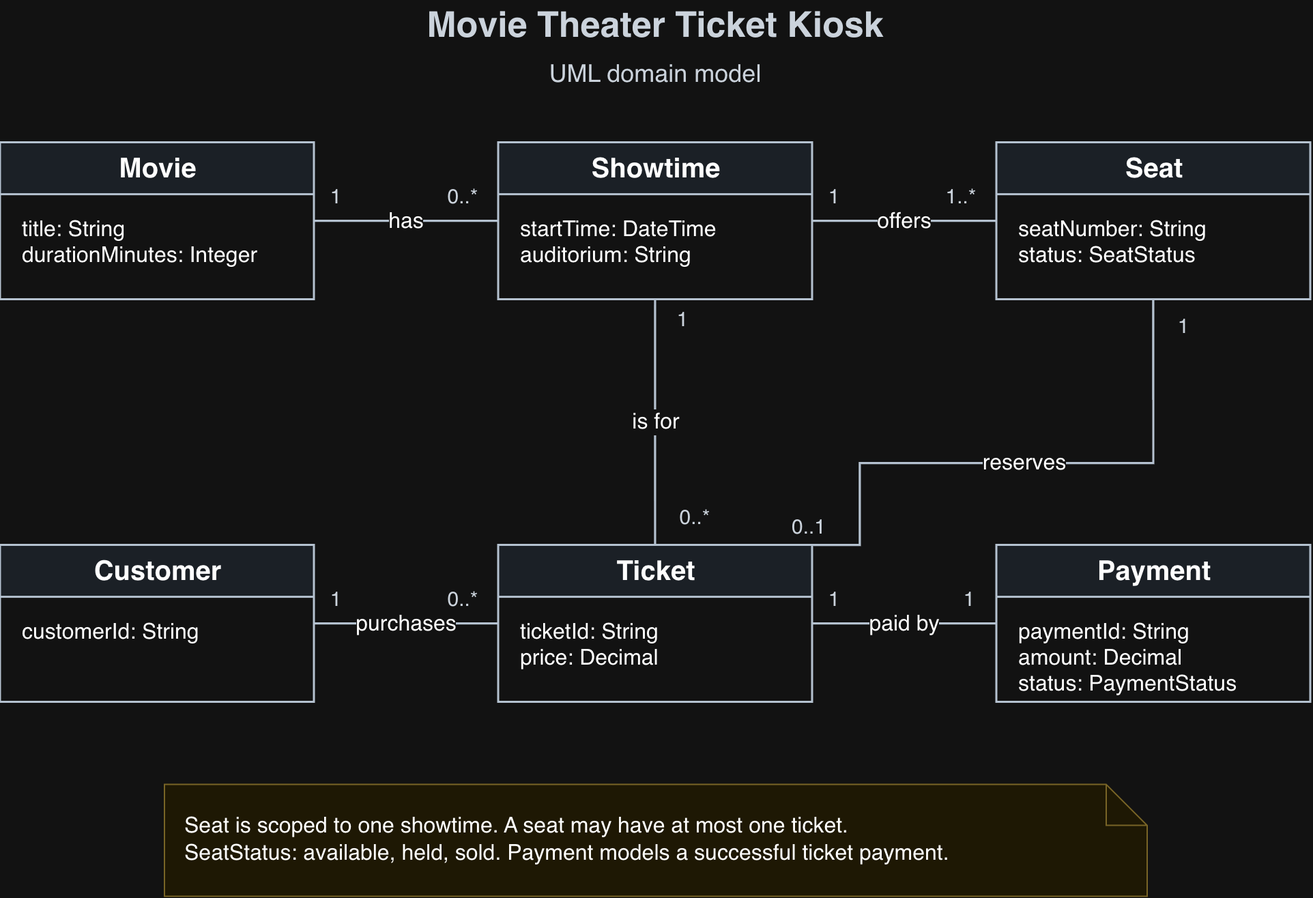
CaptainJS88/HW1-Movie-Kiosk keeps this draw.io diagram as diagrams/Movie-Kiosk-Domain-Model.png. Above is the earlier version. Source tidied: cells renumbered, new cells last; positions are measured from the earlier drawing's top-left corner, leaving out a move shared by most shapes. Its diagram source:
```xml
<mxGraphModel>
  <root>
    <mxCell id="0" />
    <mxCell id="1" parent="0" />
    <mxCell id="2" value="Movie Theater Ticket Kiosk" style="text;html=1;align=center;verticalAlign=middle;whiteSpace=wrap;rounded=0;strokeColor=none;fillColor=none;fontFamily=Helvetica;fontSize=26;fontColor=#17212B;fontStyle=1;" parent="1" vertex="1">
      <mxGeometry x="30" width="900" height="38" as="geometry" />
    </mxCell>
    <mxCell id="3" value="UML domain model" style="text;html=1;align=center;verticalAlign=middle;whiteSpace=wrap;rounded=0;strokeColor=none;fillColor=none;fontFamily=Helvetica;fontSize=18;fontColor=#17212B;fontStyle=0;" parent="1" vertex="1">
      <mxGeometry x="30" y="40" width="900" height="28" as="geometry" />
    </mxCell>
    <mxCell id="4" value="Movie" style="swimlane;html=1;startSize=38;horizontal=1;rounded=0;fontFamily=Helvetica;fontSize=20;fontStyle=1;align=center;fillColor=#EAF0F7;swimlaneFillColor=#FFFFFF;strokeColor=#283747;strokeWidth=1.5;" parent="1" vertex="1">
      <mxGeometry y="105" width="230" height="115" as="geometry" />
    </mxCell>
    <mxCell id="5" value="title: String&lt;br&gt;durationMinutes: Integer" style="text;html=1;align=left;verticalAlign=top;spacingLeft=14;spacingTop=10;fontFamily=Helvetica;fontSize=16;whiteSpace=wrap;strokeColor=none;fillColor=none;" parent="4" vertex="1">
      <mxGeometry y="38" width="230" height="77" as="geometry" />
    </mxCell>
    <mxCell id="6" value="Showtime" style="swimlane;html=1;startSize=38;horizontal=1;rounded=0;fontFamily=Helvetica;fontSize=20;fontStyle=1;align=center;fillColor=#EAF0F7;swimlaneFillColor=#FFFFFF;strokeColor=#283747;strokeWidth=1.5;" parent="1" vertex="1">
      <mxGeometry x="365" y="105" width="230" height="115" as="geometry" />
    </mxCell>
    <mxCell id="7" value="startTime: DateTime&lt;br&gt;auditorium: String" style="text;html=1;align=left;verticalAlign=top;spacingLeft=14;spacingTop=10;fontFamily=Helvetica;fontSize=16;whiteSpace=wrap;strokeColor=none;fillColor=none;" parent="6" vertex="1">
      <mxGeometry y="38" width="230" height="77" as="geometry" />
    </mxCell>
    <mxCell id="8" value="Seat" style="swimlane;html=1;startSize=38;horizontal=1;rounded=0;fontFamily=Helvetica;fontSize=20;fontStyle=1;align=center;fillColor=#EAF0F7;swimlaneFillColor=#FFFFFF;strokeColor=#283747;strokeWidth=1.5;" parent="1" vertex="1">
      <mxGeometry x="730" y="105" width="230" height="115" as="geometry" />
    </mxCell>
    <mxCell id="9" value="seatNumber: String&lt;br&gt;status: SeatStatus" style="text;html=1;align=left;verticalAlign=top;spacingLeft=14;spacingTop=10;fontFamily=Helvetica;fontSize=16;whiteSpace=wrap;strokeColor=none;fillColor=none;" parent="8" vertex="1">
      <mxGeometry y="38" width="230" height="77" as="geometry" />
    </mxCell>
    <mxCell id="10" value="Customer" style="swimlane;html=1;startSize=38;horizontal=1;rounded=0;fontFamily=Helvetica;fontSize=20;fontStyle=1;align=center;fillColor=#EAF0F7;swimlaneFillColor=#FFFFFF;strokeColor=#283747;strokeWidth=1.5;" parent="1" vertex="1">
      <mxGeometry y="400" width="230" height="115" as="geometry" />
    </mxCell>
    <mxCell id="11" value="customerId: String" style="text;html=1;align=left;verticalAlign=top;spacingLeft=14;spacingTop=10;fontFamily=Helvetica;fontSize=16;whiteSpace=wrap;strokeColor=none;fillColor=none;" parent="10" vertex="1">
      <mxGeometry y="38" width="230" height="77" as="geometry" />
    </mxCell>
    <mxCell id="12" value="Ticket" style="swimlane;html=1;startSize=38;horizontal=1;rounded=0;fontFamily=Helvetica;fontSize=20;fontStyle=1;align=center;fillColor=#EAF0F7;swimlaneFillColor=#FFFFFF;strokeColor=#283747;strokeWidth=1.5;" parent="1" vertex="1">
      <mxGeometry x="365" y="400" width="230" height="115" as="geometry" />
    </mxCell>
    <mxCell id="13" value="ticketId: String&lt;br&gt;price: Decimal" style="text;html=1;align=left;verticalAlign=top;spacingLeft=14;spacingTop=10;fontFamily=Helvetica;fontSize=16;whiteSpace=wrap;strokeColor=none;fillColor=none;" parent="12" vertex="1">
      <mxGeometry y="38" width="230" height="77" as="geometry" />
    </mxCell>
    <mxCell id="14" value="Payment" style="swimlane;html=1;startSize=38;horizontal=1;rounded=0;fontFamily=Helvetica;fontSize=20;fontStyle=1;align=center;fillColor=#EAF0F7;swimlaneFillColor=#FFFFFF;strokeColor=#283747;strokeWidth=1.5;" parent="1" vertex="1">
      <mxGeometry x="730" y="400" width="230" height="115" as="geometry" />
    </mxCell>
    <mxCell id="15" value="paymentId: String&lt;br&gt;amount: Decimal&lt;br&gt;status: PaymentStatus" style="text;html=1;align=left;verticalAlign=top;spacingLeft=14;spacingTop=10;fontFamily=Helvetica;fontSize=16;whiteSpace=wrap;strokeColor=none;fillColor=none;" parent="14" vertex="1">
      <mxGeometry y="38" width="230" height="77" as="geometry" />
    </mxCell>
    <mxCell id="16" value="has" style="edgeStyle=orthogonalEdgeStyle;rounded=0;html=1;endArrow=none;fontSize=16;fontFamily=Helvetica;strokeWidth=1.6;strokeColor=#283747;labelBackgroundColor=#FFFFFF;exitX=1;exitY=0.5;entryX=0;entryY=0.5;" parent="1" edge="1" source="4" target="6">
      <mxGeometry relative="1" as="geometry" />
    </mxCell>
    <mxCell id="17" value="1" style="text;html=1;align=center;verticalAlign=middle;whiteSpace=wrap;rounded=0;strokeColor=none;fillColor=none;fontFamily=Helvetica;fontSize=15;fontColor=#17212B;fontStyle=0;" parent="1" vertex="1">
      <mxGeometry x="231" y="131" width="30" height="25" as="geometry" />
    </mxCell>
    <mxCell id="18" value="0..*" style="text;html=1;align=center;verticalAlign=middle;whiteSpace=wrap;rounded=0;strokeColor=none;fillColor=none;fontFamily=Helvetica;fontSize=15;fontColor=#17212B;fontStyle=0;" parent="1" vertex="1">
      <mxGeometry x="314" y="131" width="50" height="25" as="geometry" />
    </mxCell>
    <mxCell id="19" value="offers" style="edgeStyle=orthogonalEdgeStyle;rounded=0;html=1;endArrow=none;fontSize=16;fontFamily=Helvetica;strokeWidth=1.6;strokeColor=#283747;labelBackgroundColor=#FFFFFF;exitX=1;exitY=0.5;entryX=0;entryY=0.5;" parent="1" edge="1" source="6" target="8">
      <mxGeometry relative="1" as="geometry" />
    </mxCell>
    <mxCell id="20" value="1" style="text;html=1;align=center;verticalAlign=middle;whiteSpace=wrap;rounded=0;strokeColor=none;fillColor=none;fontFamily=Helvetica;fontSize=15;fontColor=#17212B;fontStyle=0;" parent="1" vertex="1">
      <mxGeometry x="596" y="131" width="30" height="25" as="geometry" />
    </mxCell>
    <mxCell id="21" value="1..*" style="text;html=1;align=center;verticalAlign=middle;whiteSpace=wrap;rounded=0;strokeColor=none;fillColor=none;fontFamily=Helvetica;fontSize=15;fontColor=#17212B;fontStyle=0;" parent="1" vertex="1">
      <mxGeometry x="679" y="131" width="50" height="25" as="geometry" />
    </mxCell>
    <mxCell id="22" value="purchases" style="edgeStyle=orthogonalEdgeStyle;rounded=0;html=1;endArrow=none;fontSize=16;fontFamily=Helvetica;strokeWidth=1.6;strokeColor=#283747;labelBackgroundColor=#FFFFFF;exitX=1;exitY=0.5;entryX=0;entryY=0.5;" parent="1" edge="1" source="10" target="12">
      <mxGeometry relative="1" as="geometry" />
    </mxCell>
    <mxCell id="23" value="1" style="text;html=1;align=center;verticalAlign=middle;whiteSpace=wrap;rounded=0;strokeColor=none;fillColor=none;fontFamily=Helvetica;fontSize=15;fontColor=#17212B;fontStyle=0;" parent="1" vertex="1">
      <mxGeometry x="231" y="426" width="30" height="25" as="geometry" />
    </mxCell>
    <mxCell id="24" value="0..*" style="text;html=1;align=center;verticalAlign=middle;whiteSpace=wrap;rounded=0;strokeColor=none;fillColor=none;fontFamily=Helvetica;fontSize=15;fontColor=#17212B;fontStyle=0;" parent="1" vertex="1">
      <mxGeometry x="314" y="426" width="50" height="25" as="geometry" />
    </mxCell>
    <mxCell id="25" value="paid by" style="edgeStyle=orthogonalEdgeStyle;rounded=0;html=1;endArrow=none;fontSize=16;fontFamily=Helvetica;strokeWidth=1.6;strokeColor=#283747;labelBackgroundColor=#FFFFFF;exitX=1;exitY=0.5;entryX=0;entryY=0.5;" parent="1" edge="1" source="12" target="14">
      <mxGeometry relative="1" as="geometry" />
    </mxCell>
    <mxCell id="26" value="1" style="text;html=1;align=center;verticalAlign=middle;whiteSpace=wrap;rounded=0;strokeColor=none;fillColor=none;fontFamily=Helvetica;fontSize=15;fontColor=#17212B;fontStyle=0;" parent="1" vertex="1">
      <mxGeometry x="596" y="426" width="30" height="25" as="geometry" />
    </mxCell>
    <mxCell id="27" value="1" style="text;html=1;align=center;verticalAlign=middle;whiteSpace=wrap;rounded=0;strokeColor=none;fillColor=none;fontFamily=Helvetica;fontSize=15;fontColor=#17212B;fontStyle=0;" parent="1" vertex="1">
      <mxGeometry x="695" y="426" width="30" height="25" as="geometry" />
    </mxCell>
    <mxCell id="28" value="is for" style="edgeStyle=orthogonalEdgeStyle;rounded=0;html=1;endArrow=none;fontSize=16;fontFamily=Helvetica;strokeWidth=1.6;strokeColor=#283747;labelBackgroundColor=#FFFFFF;exitX=0.5;exitY=0;entryX=0.5;entryY=1;" parent="1" edge="1" source="12" target="6">
      <mxGeometry relative="1" as="geometry" />
    </mxCell>
    <mxCell id="29" value="0..*" style="text;html=1;align=center;verticalAlign=middle;whiteSpace=wrap;rounded=0;strokeColor=none;fillColor=none;fontFamily=Helvetica;fontSize=15;fontColor=#17212B;fontStyle=0;" parent="1" vertex="1">
      <mxGeometry x="485" y="367" width="48" height="24" as="geometry" />
    </mxCell>
    <mxCell id="30" value="1" style="text;html=1;align=center;verticalAlign=middle;whiteSpace=wrap;rounded=0;strokeColor=none;fillColor=none;fontFamily=Helvetica;fontSize=15;fontColor=#17212B;fontStyle=0;" parent="1" vertex="1">
      <mxGeometry x="485" y="222" width="30" height="24" as="geometry" />
    </mxCell>
    <mxCell id="31" value="reserves" style="edgeStyle=orthogonalEdgeStyle;rounded=0;html=1;endArrow=none;fontSize=16;fontFamily=Helvetica;strokeWidth=1.6;strokeColor=#283747;labelBackgroundColor=#FFFFFF;exitX=1;exitY=0;entryX=0.5;entryY=1;" parent="1" edge="1" source="12" target="8">
      <mxGeometry relative="1" as="geometry">
        <Array as="points">
          <mxPoint x="630" y="340" />
          <mxPoint x="845" y="340" />
        </Array>
      </mxGeometry>
    </mxCell>
    <mxCell id="32" value="0..1" style="text;html=1;align=center;verticalAlign=middle;whiteSpace=wrap;rounded=0;strokeColor=none;fillColor=none;fontFamily=Helvetica;fontSize=15;fontColor=#17212B;fontStyle=0;" parent="1" vertex="1">
      <mxGeometry x="565" y="374" width="55" height="24" as="geometry" />
    </mxCell>
    <mxCell id="33" value="1" style="text;html=1;align=center;verticalAlign=middle;whiteSpace=wrap;rounded=0;strokeColor=none;fillColor=none;fontFamily=Helvetica;fontSize=15;fontColor=#17212B;fontStyle=0;" parent="1" vertex="1">
      <mxGeometry x="852" y="227" width="30" height="24" as="geometry" />
    </mxCell>
    <mxCell id="34" value="Seat is scoped to one showtime. A seat may have at most one ticket.&lt;br&gt;SeatStatus: available, held, sold. Payment models a successful ticket payment." style="shape=note;html=1;whiteSpace=wrap;align=left;spacing=15;fontFamily=Helvetica;fontSize=16;fillColor=#FFF8E1;strokeColor=#B79F57;" parent="1" vertex="1">
      <mxGeometry x="120" y="575" width="720" height="82" as="geometry" />
    </mxCell>
  </root>
</mxGraphModel>
```
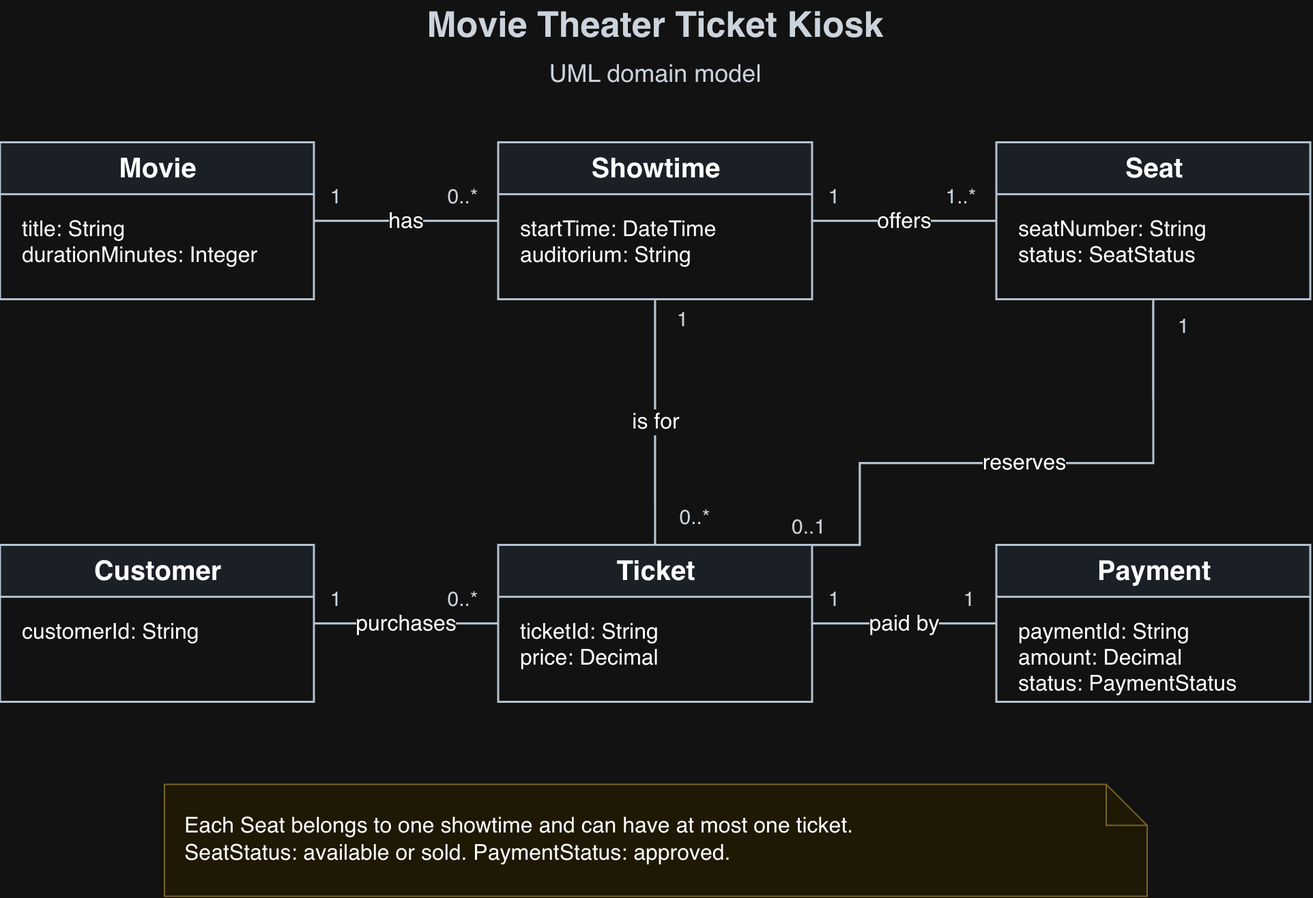
The same diagram one commit later.

Commit message:
Simplify kiosk requirements and purchase flow

The edit, as a diff of the source:
```diff
@@ -103,7 +103,7 @@
     <mxCell id="33" value="1" style="text;html=1;align=center;verticalAlign=middle;whiteSpace=wrap;rounded=0;strokeColor=none;fillColor=none;fontFamily=Helvetica;fontSize=15;fontColor=#17212B;fontStyle=0;" parent="1" vertex="1">
       <mxGeometry x="852" y="227" width="30" height="24" as="geometry" />
     </mxCell>
-    <mxCell id="34" value="Seat is scoped to one showtime. A seat may have at most one ticket.&lt;br&gt;SeatStatus: available, held, sold. Payment models a successful ticket payment." style="shape=note;html=1;whiteSpace=wrap;align=left;spacing=15;fontFamily=Helvetica;fontSize=16;fillColor=#FFF8E1;strokeColor=#B79F57;" parent="1" vertex="1">
+    <mxCell id="34" value="Each Seat belongs to one showtime and can have at most one ticket.&lt;br&gt;SeatStatus: available or sold. PaymentStatus: approved." style="shape=note;html=1;whiteSpace=wrap;align=left;spacing=15;fontFamily=Helvetica;fontSize=16;fillColor=#FFF8E1;strokeColor=#B79F57;" parent="1" vertex="1">
       <mxGeometry x="120" y="575" width="720" height="82" as="geometry" />
     </mxCell>
   </root>
```
